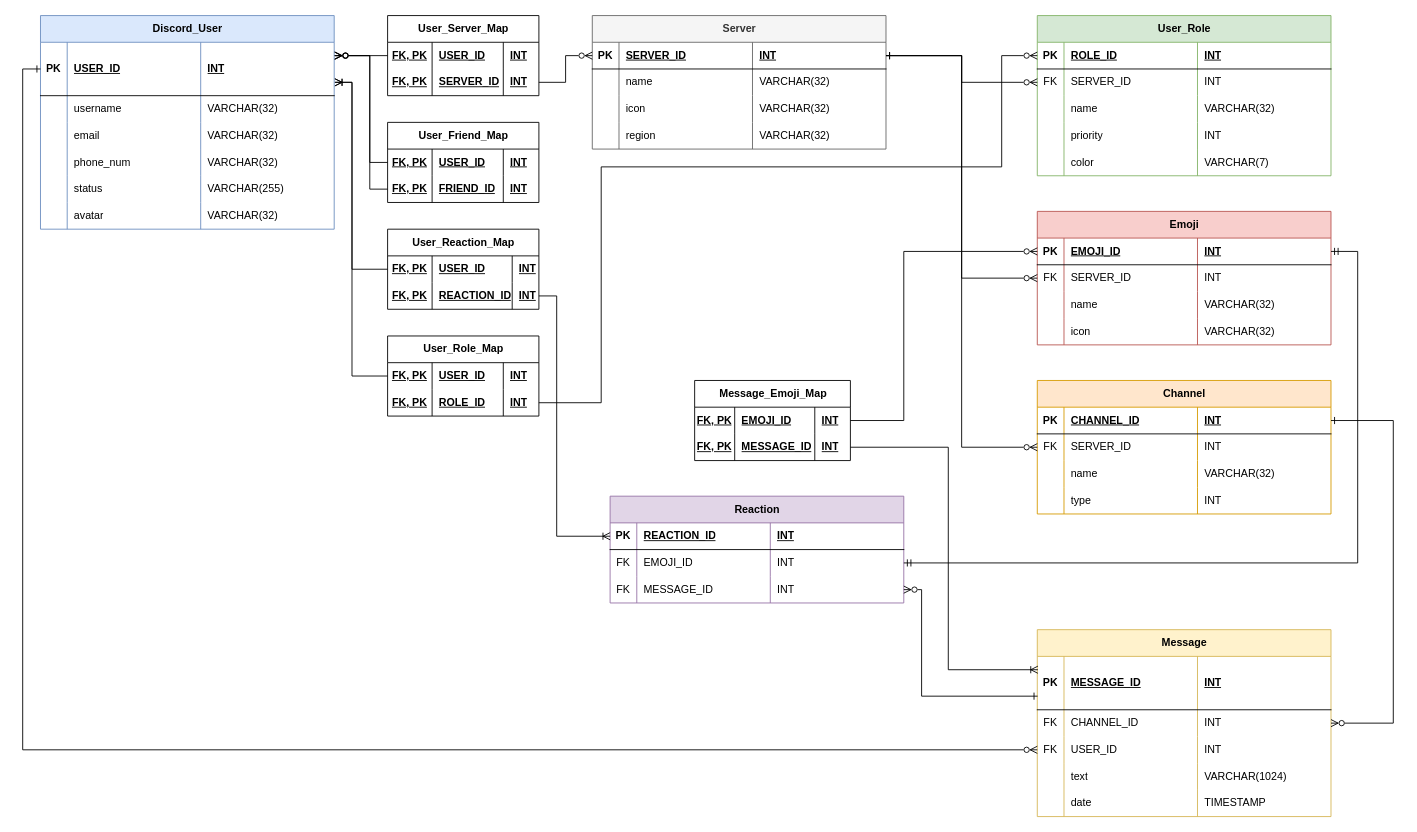
Before: diagrams/Discord Relational Schema.drawio in Mruzik1/Database-Application, a draw.io diagram. Source tidied: cells renumbered, new cells numbered last; positions are measured from the earlier drawing's top-left corner, leaving out a move shared by most shapes. Both pictures are drawn from the tidied source at 89%, with x=0, y=0 at pixel (22, 15).
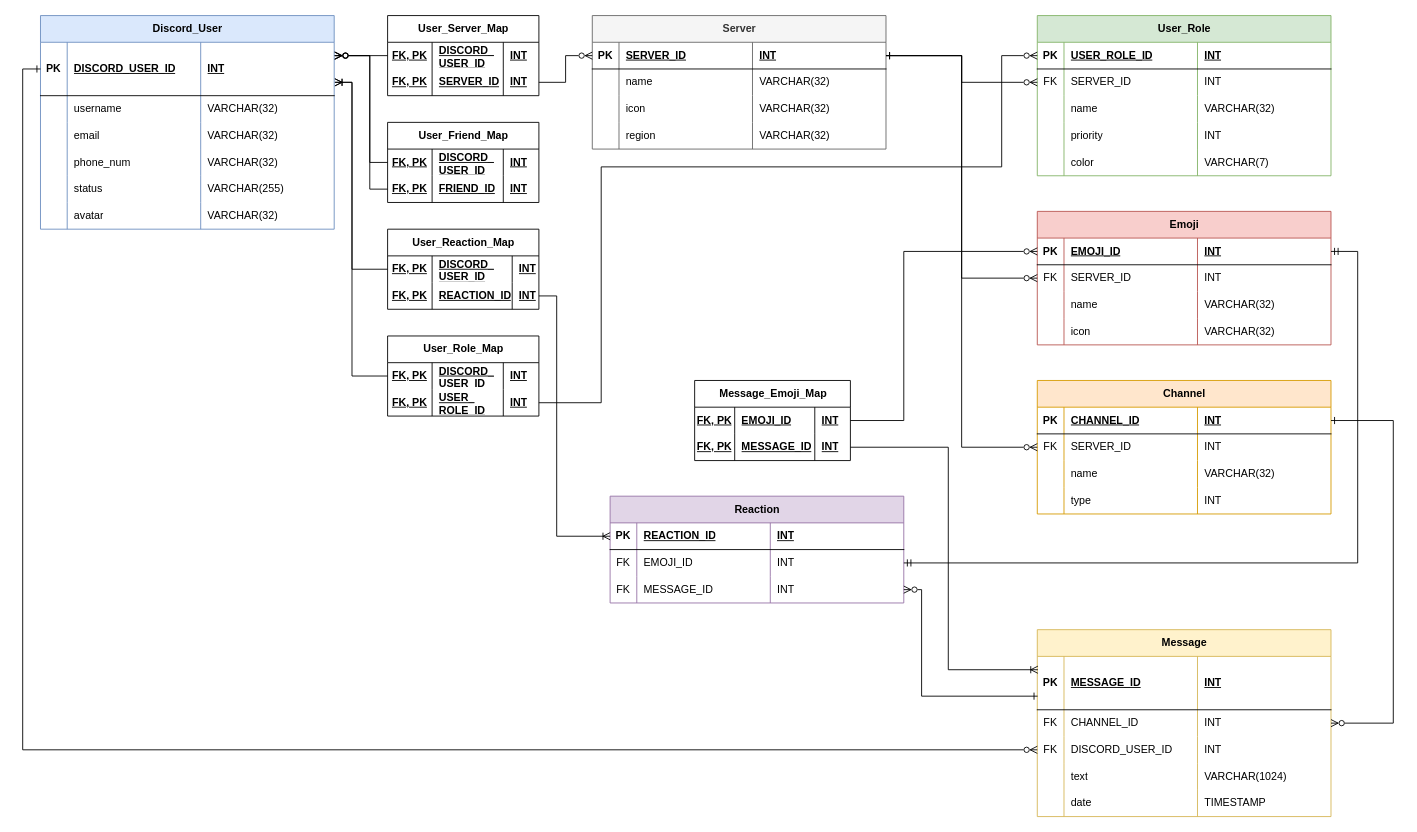
After the change.

Unchanged cells that the change refers to:
```xml
<mxCell id="20" style="shape=tableRow;horizontal=0;startSize=0;swimlaneHead=0;swimlaneBody=0;fillColor=none;points=[[0,0.5],[1,0.5]];portConstraint=eastwest;top=0;left=0;right=0;bottom=1;" parent="19" vertex="1">
  <mxGeometry y="30" width="330" height="60" as="geometry" />
</mxCell>
<mxCell id="70" style="shape=tableRow;horizontal=0;startSize=0;swimlaneHead=0;swimlaneBody=0;fillColor=none;points=[[0,0.5],[1,0.5]];portConstraint=eastwest;top=0;left=0;right=0;bottom=0;" parent="61" vertex="1">
  <mxGeometry y="120" width="330" height="30" as="geometry" />
</mxCell>
<mxCell id="113" style="shape=tableRow;horizontal=0;startSize=0;swimlaneHead=0;swimlaneBody=0;fillColor=none;points=[[0,0.5],[1,0.5]];portConstraint=eastwest;top=0;left=0;right=0;bottom=1;" parent="112" vertex="1">
  <mxGeometry y="30" width="330" height="30" as="geometry" />
</mxCell>
<mxCell id="137" style="shape=tableRow;horizontal=0;startSize=0;swimlaneHead=0;swimlaneBody=0;fillColor=none;points=[[0,0.5],[1,0.5]];portConstraint=eastwest;top=0;left=0;right=0;bottom=0;fontStyle=0;" parent="136" vertex="1">
  <mxGeometry y="30" width="170" height="30" as="geometry" />
</mxCell>
<mxCell id="149" style="shape=tableRow;horizontal=0;startSize=0;swimlaneHead=0;swimlaneBody=0;fillColor=none;points=[[0,0.5],[1,0.5]];portConstraint=eastwest;top=0;left=0;right=0;bottom=0;" parent="148" vertex="1">
  <mxGeometry y="30" width="170" height="30" as="geometry" />
</mxCell>
<mxCell id="153" style="shape=tableRow;horizontal=0;startSize=0;swimlaneHead=0;swimlaneBody=0;fillColor=none;points=[[0,0.5],[1,0.5]];portConstraint=eastwest;top=0;left=0;right=0;bottom=0;" parent="148" vertex="1">
  <mxGeometry y="60" width="170" height="30" as="geometry" />
</mxCell>
<mxCell id="160" style="shape=tableRow;horizontal=0;startSize=0;swimlaneHead=0;swimlaneBody=0;fillColor=none;points=[[0,0.5],[1,0.5]];portConstraint=eastwest;top=0;left=0;right=0;bottom=0;" parent="159" vertex="1">
  <mxGeometry y="30" width="170" height="30" as="geometry" />
</mxCell>
<mxCell id="171" style="shape=tableRow;horizontal=0;startSize=0;swimlaneHead=0;swimlaneBody=0;fillColor=none;points=[[0,0.5],[1,0.5]];portConstraint=eastwest;top=0;left=0;right=0;bottom=0;" parent="170" vertex="1">
  <mxGeometry y="30" width="170" height="30" as="geometry" />
</mxCell>
```

Change to the diagram source:
```diff
@@
-    <mxCell id="22" value="USER_ID" style="shape=partialRectangle;fillColor=none;top=0;left=0;bottom=0;right=0;align=left;spacingLeft=6;fontStyle=5;overflow=hidden;whiteSpace=wrap;html=1;" parent="20" vertex="1">
+    <mxCell id="22" value="DISCORD_USER_ID" style="shape=partialRectangle;fillColor=none;top=0;left=0;bottom=0;right=0;align=left;spacingLeft=6;fontStyle=5;overflow=hidden;whiteSpace=wrap;html=1;" parent="20" vertex="1">
       <mxGeometry x="30" width="150" height="60" as="geometry" />
     </mxCell>
@@
-    <mxCell id="72" value="USER_ID" style="shape=partialRectangle;fillColor=none;top=0;left=0;bottom=0;right=0;align=left;spacingLeft=6;overflow=hidden;whiteSpace=wrap;html=1;" parent="70" vertex="1">
+    <mxCell id="72" value="DISCORD_USER_ID" style="shape=partialRectangle;fillColor=none;top=0;left=0;bottom=0;right=0;align=left;spacingLeft=6;overflow=hidden;whiteSpace=wrap;html=1;" parent="70" vertex="1">
       <mxGeometry x="30" width="150" height="30" as="geometry" />
     </mxCell>
@@
-    <mxCell id="115" value="ROLE_ID" style="shape=partialRectangle;fillColor=none;top=0;left=0;bottom=0;right=0;align=left;spacingLeft=6;fontStyle=5;overflow=hidden;whiteSpace=wrap;html=1;" parent="113" vertex="1">
+    <mxCell id="115" value="USER_ROLE_ID" style="shape=partialRectangle;fillColor=none;top=0;left=0;bottom=0;right=0;align=left;spacingLeft=6;fontStyle=5;overflow=hidden;whiteSpace=wrap;html=1;" parent="113" vertex="1">
       <mxGeometry x="30" width="150" height="30" as="geometry" />
     </mxCell>
@@
-    <mxCell id="139" value="USER_ID" style="shape=partialRectangle;fillColor=none;top=0;left=0;bottom=0;right=0;align=left;spacingLeft=6;overflow=hidden;whiteSpace=wrap;html=1;fontStyle=5;" parent="137" vertex="1">
+    <mxCell id="139" value="DISCORD_&lt;br&gt;USER_ID" style="shape=partialRectangle;fillColor=none;top=0;left=0;bottom=0;right=0;align=left;spacingLeft=6;overflow=hidden;whiteSpace=wrap;html=1;fontStyle=5;" parent="137" vertex="1">
       <mxGeometry x="50" width="80" height="30" as="geometry" />
     </mxCell>
@@
-    <mxCell id="151" value="USER_ID" style="shape=partialRectangle;fillColor=none;top=0;left=0;bottom=0;right=0;align=left;spacingLeft=6;overflow=hidden;whiteSpace=wrap;html=1;fontStyle=5;" parent="149" vertex="1">
+    <mxCell id="151" value="DISCORD_&lt;br&gt;USER_ID" style="shape=partialRectangle;fillColor=none;top=0;left=0;bottom=0;right=0;align=left;spacingLeft=6;overflow=hidden;whiteSpace=wrap;html=1;fontStyle=5;" parent="149" vertex="1">
       <mxGeometry x="50" width="80" height="30" as="geometry" />
     </mxCell>
@@
-    <mxCell id="155" value="ROLE_ID" style="shape=partialRectangle;fillColor=none;top=0;left=0;bottom=0;right=0;align=left;spacingLeft=6;overflow=hidden;whiteSpace=wrap;html=1;fontStyle=5;" parent="153" vertex="1">
+    <mxCell id="155" value="USER_&lt;br&gt;ROLE_ID" style="shape=partialRectangle;fillColor=none;top=0;left=0;bottom=0;right=0;align=left;spacingLeft=6;overflow=hidden;whiteSpace=wrap;html=1;fontStyle=5;" parent="153" vertex="1">
       <mxGeometry x="50" width="80" height="30" as="geometry" />
     </mxCell>
@@
-    <mxCell id="162" value="USER_ID" style="shape=partialRectangle;fillColor=none;top=0;left=0;bottom=0;right=0;align=left;spacingLeft=6;overflow=hidden;whiteSpace=wrap;html=1;fontStyle=5;" parent="160" vertex="1">
+    <mxCell id="162" value="DISCORD_&lt;br&gt;USER_ID" style="shape=partialRectangle;fillColor=none;top=0;left=0;bottom=0;right=0;align=left;spacingLeft=6;overflow=hidden;whiteSpace=wrap;html=1;fontStyle=5;" parent="160" vertex="1">
       <mxGeometry x="50" width="80" height="30" as="geometry" />
     </mxCell>
@@
-    <mxCell id="173" value="USER_ID" style="shape=partialRectangle;fillColor=none;top=0;left=0;bottom=0;right=0;align=left;spacingLeft=6;overflow=hidden;whiteSpace=wrap;html=1;fontStyle=5;" parent="171" vertex="1">
+    <mxCell id="173" value="DISCORD_&lt;br&gt;USER_ID" style="shape=partialRectangle;fillColor=none;top=0;left=0;bottom=0;right=0;align=left;spacingLeft=6;overflow=hidden;whiteSpace=wrap;html=1;fontStyle=5;" parent="171" vertex="1">
       <mxGeometry x="50" width="90" height="30" as="geometry" />
     </mxCell>
```
